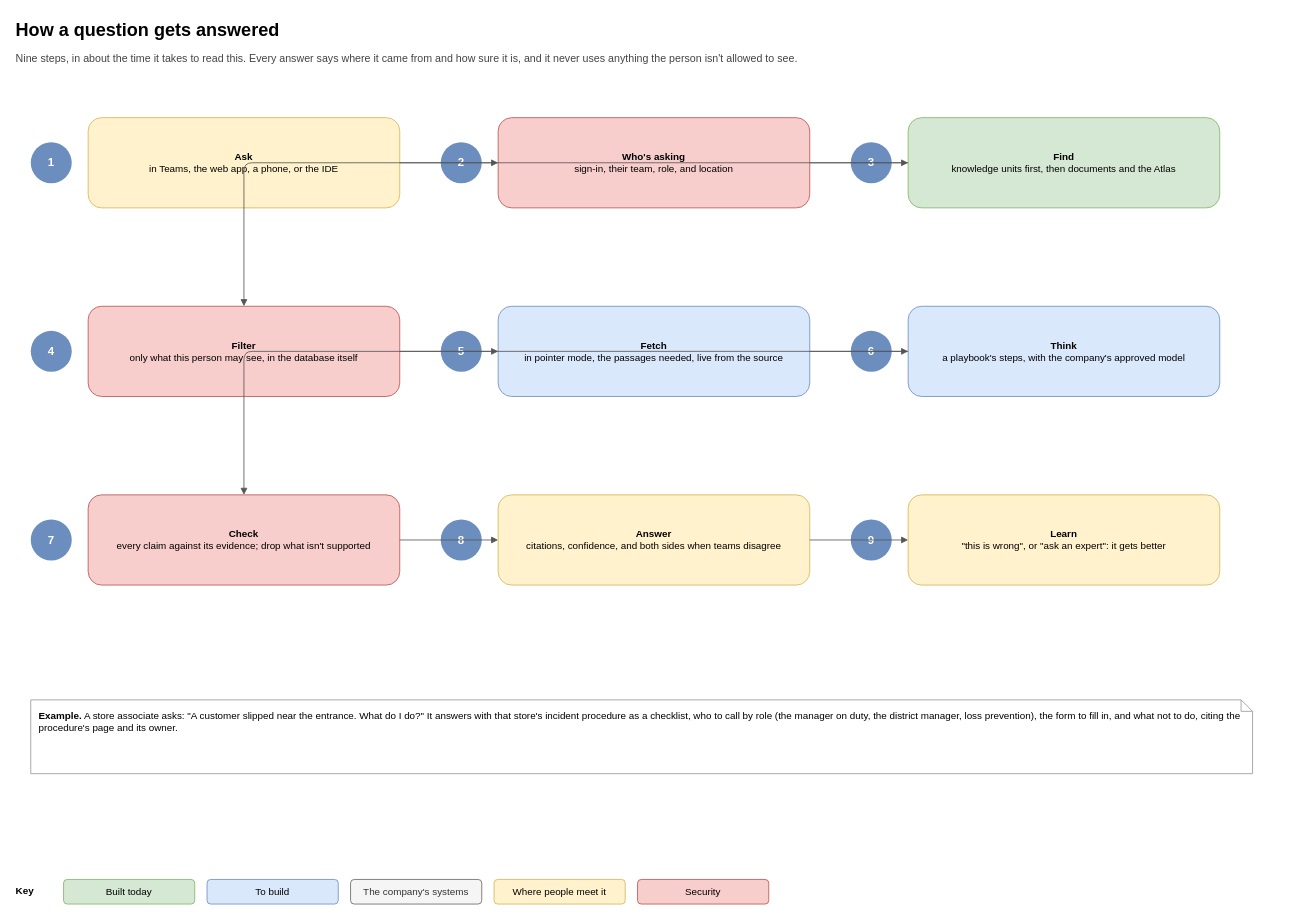
aerugo-hq/aerugo-self-host keeps this draw.io diagram as page "4. Answering a question" (4 of 10) of docs/architecture/aerugo-architecture.drawio. Above is the earlier version. Source tidied: cells renumbered, new cells numbered last; positions are measured from the earlier drawing's top-left corner, leaving out a move shared by most shapes. Both pictures are drawn from the tidied source at 82%, with x=0, y=0 at pixel (14, 14).
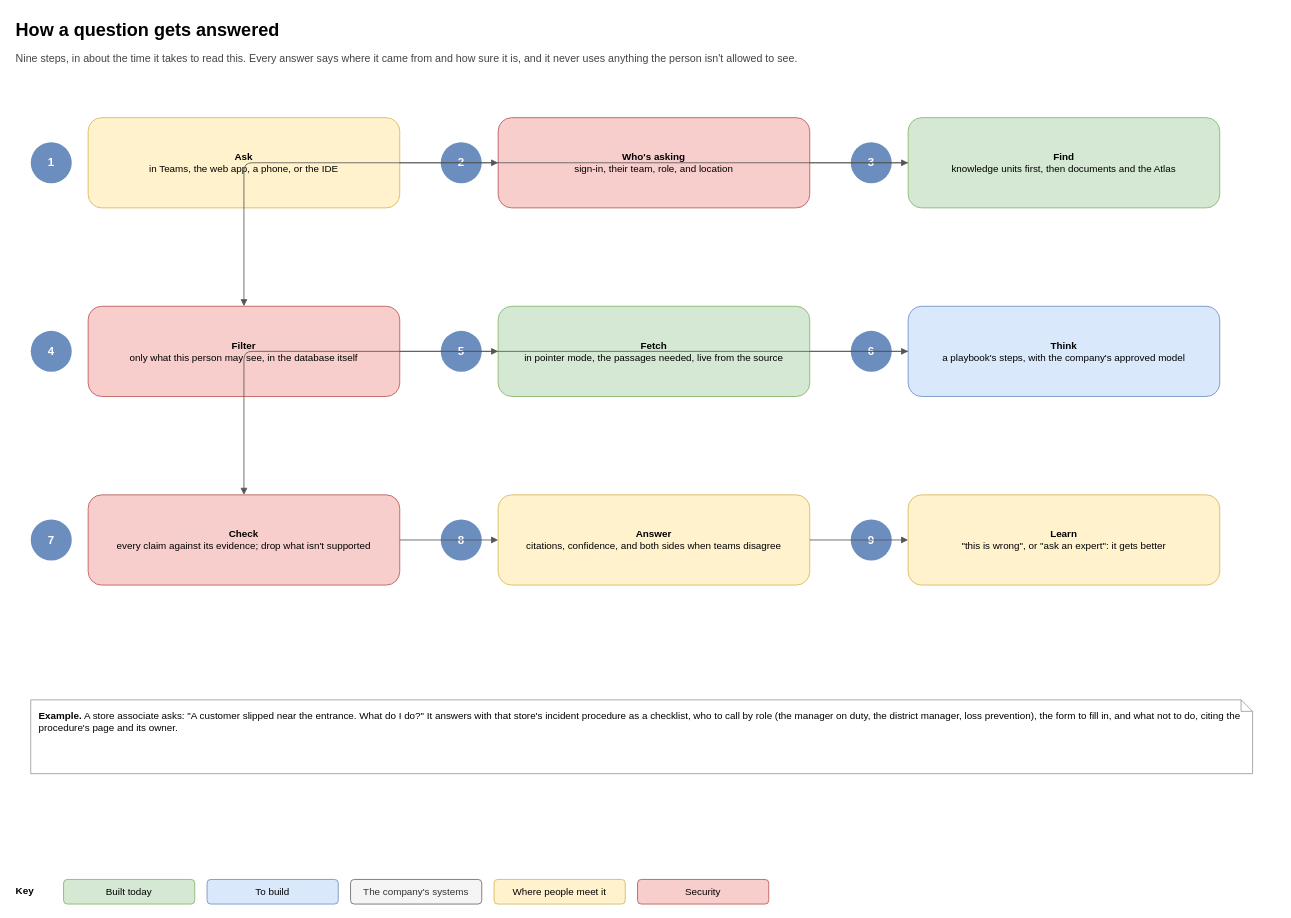
The same diagram, later.

Diff of the diagram source:
```diff
@@
-    <mxCell id="13" value="&lt;b&gt;Fetch&lt;/b&gt;&lt;br&gt;in pointer mode, the passages needed, live from the source" style="rounded=1;whiteSpace=wrap;html=1;fillColor=#dae8fc;strokeColor=#6c8ebf;fontSize=12;" parent="1" vertex="1">
+    <mxCell id="13" value="&lt;b&gt;Fetch&lt;/b&gt;&lt;br&gt;in pointer mode, the passages needed, live from the source" style="rounded=1;whiteSpace=wrap;html=1;fillColor=#d5e8d4;strokeColor=#82b366;fontSize=12;" parent="1" vertex="1">
       <mxGeometry x="590" y="356" width="380" height="110" as="geometry" />
     </mxCell>
```
